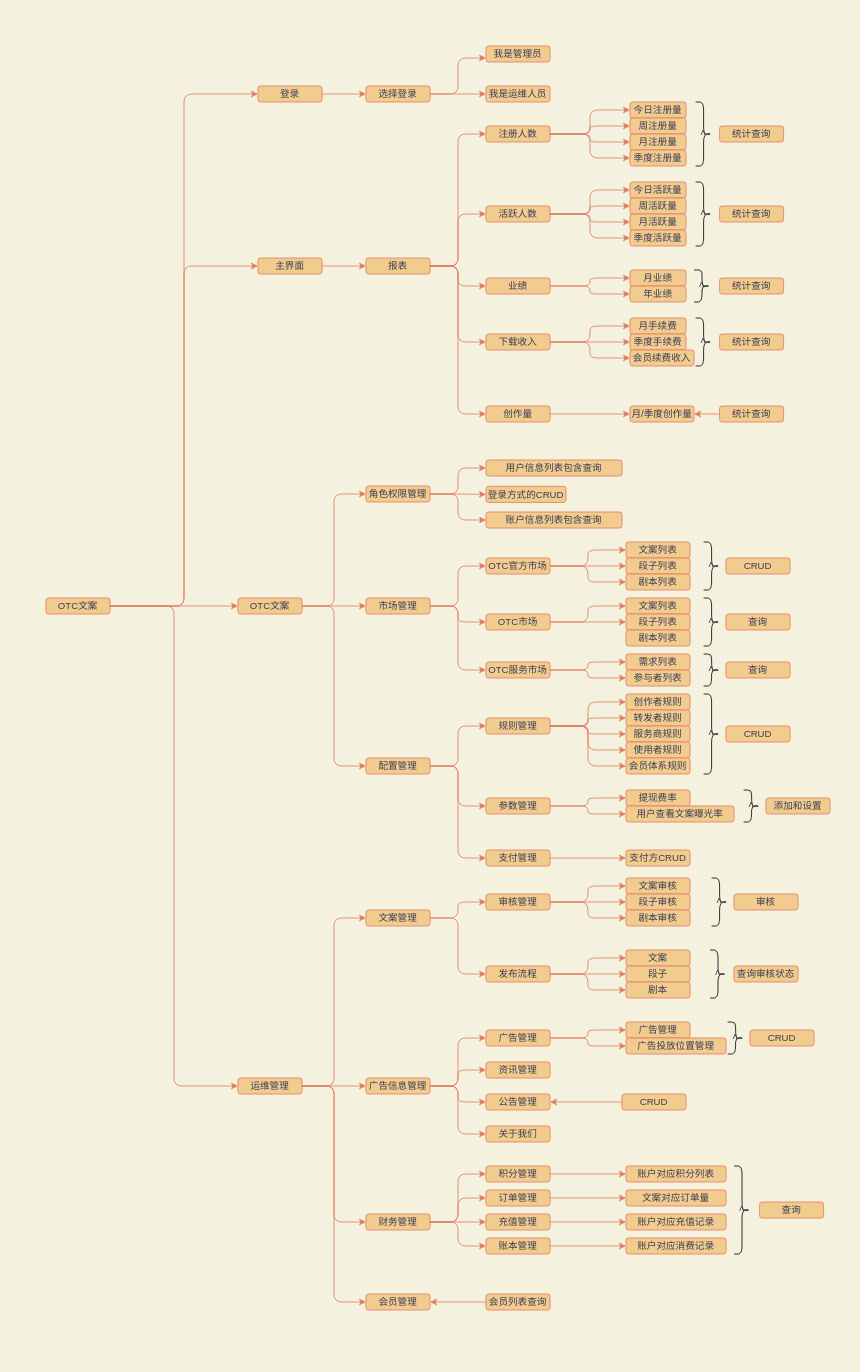
Earlier version of the draw.io diagram Untitled Diagram.drawio (Raox1ngj1ng/mydraw). Source tidied: cells renumbered, new cells numbered last; positions are measured from the earlier drawing's top-left corner, leaving out a move shared by most shapes. Both pictures are drawn from the tidied source at 80%, with x=0, y=0 at pixel (46, 46).
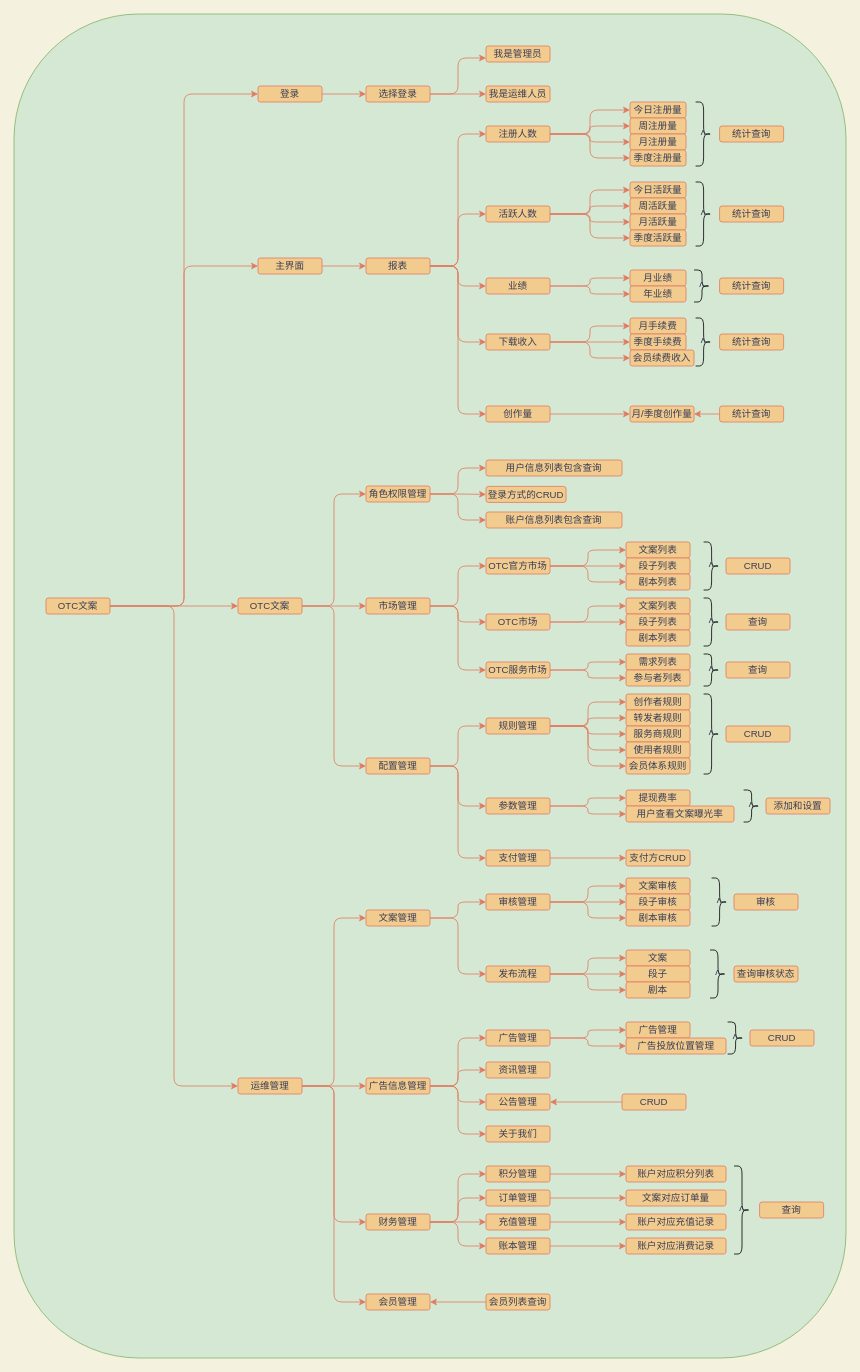
The same diagram, later.

Commit message:
剧灵神PC端详细设计

Diff of the diagram source:
```diff
@@
+    <mxCell id="196" style="rounded=1;whiteSpace=wrap;html=1;fillColor=#d5e8d4;strokeColor=#82b366;" parent="1" vertex="1">
+      <mxGeometry x="-40" y="-40" width="1040" height="1680" as="geometry" />
+    </mxCell>
```
